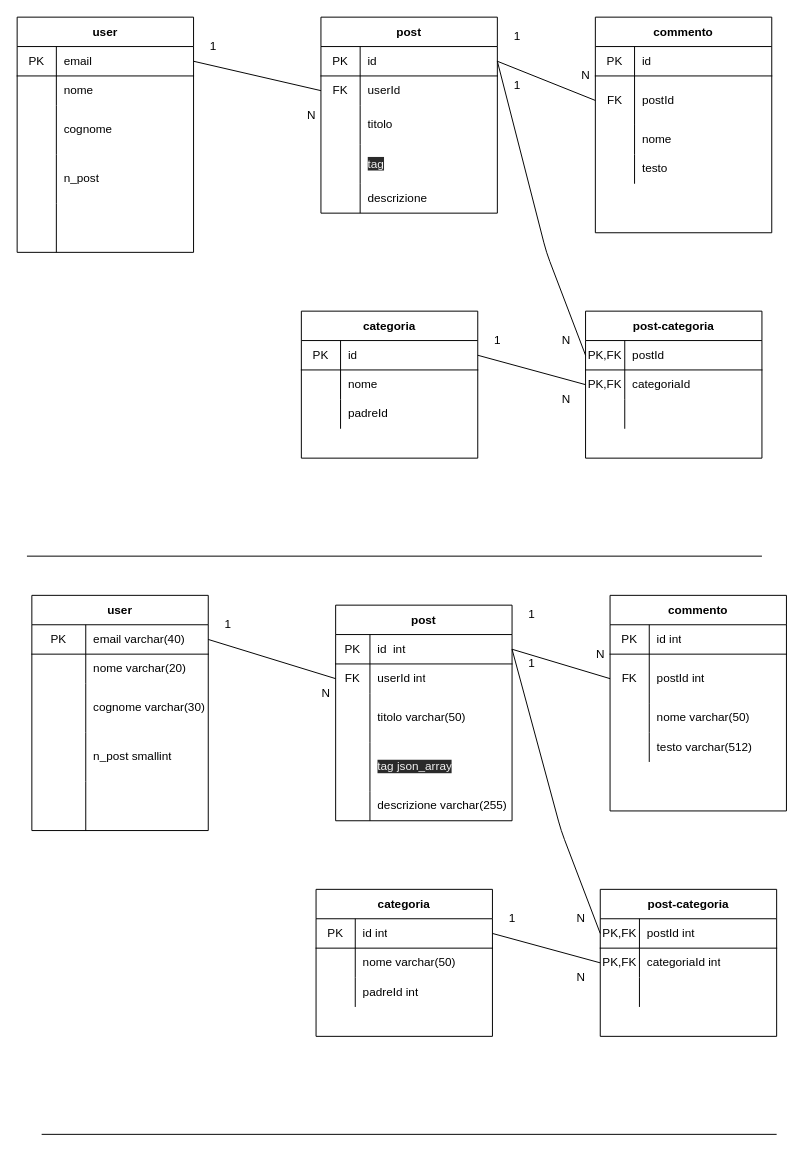
Above: blog.drawio in ClaudioScagliotti/ClaudioScagliottiJAITA (draw.io), before the change. Source tidied: cells renumbered, new cells numbered last; positions are measured from the earlier drawing's top-left corner, leaving out a move shared by most shapes. Both pictures are drawn from the tidied source at 98%, with x=0, y=0 at pixel (17, 17).
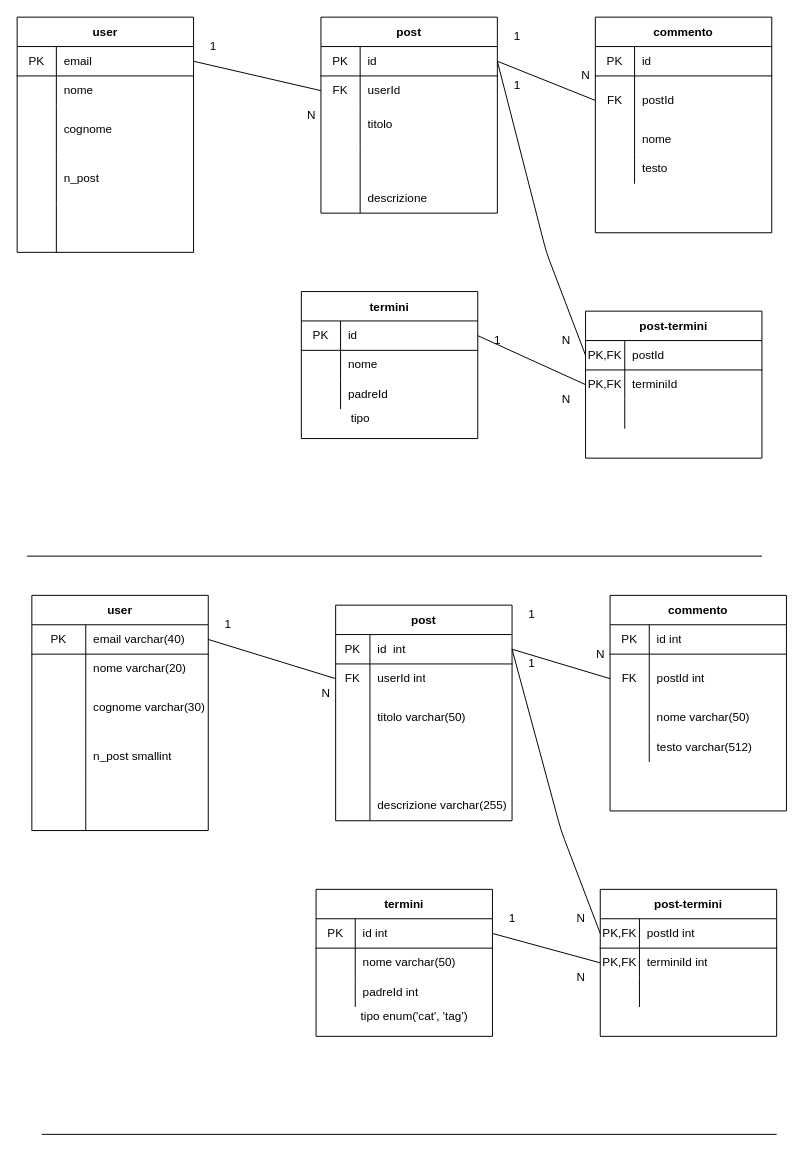
The same diagram, later.

Unchanged cells that the change refers to:
```xml
<mxCell id="28" style="shape=partialRectangle;html=1;whiteSpace=wrap;fillColor=none;top=0;left=0;bottom=0;right=0;" parent="18" vertex="1">
  <mxGeometry y="130" width="180" height="40" as="geometry" />
</mxCell>
<mxCell id="61" style="shape=partialRectangle;html=1;whiteSpace=wrap;fillColor=none;top=0;left=0;bottom=0;right=0;points=[[0,0.5],[1,0.5]];portConstraint=eastwest;" parent="57" vertex="1">
  <mxGeometry y="60" width="180" height="30" as="geometry" />
</mxCell>
<mxCell id="106" style="shape=partialRectangle;html=1;whiteSpace=wrap;fillColor=none;top=0;left=0;bottom=0;right=0;" parent="96" vertex="1">
  <mxGeometry y="140" width="180" height="50" as="geometry" />
</mxCell>
<mxCell id="139" style="shape=partialRectangle;html=1;whiteSpace=wrap;fillColor=none;top=0;left=0;bottom=0;right=0;points=[[0,0.5],[1,0.5]];portConstraint=eastwest;" parent="135" vertex="1">
  <mxGeometry y="60" width="180" height="30" as="geometry" />
</mxCell>
```

Diff of the diagram source:
```diff
@@
-    <mxCell id="30" value="&lt;span style=&quot;color: rgb(240 , 240 , 240) ; font-family: &amp;#34;helvetica&amp;#34; ; font-size: 12px ; font-style: normal ; font-weight: 400 ; letter-spacing: normal ; text-align: left ; text-indent: 0px ; text-transform: none ; word-spacing: 0px ; background-color: rgb(42 , 42 , 42) ; display: inline ; float: none&quot;&gt;tag&lt;/span&gt;&lt;br&gt;" style="shape=partialRectangle;html=1;whiteSpace=wrap;fillColor=none;top=0;left=0;bottom=0;right=0;align=left;spacingLeft=6;overflow=hidden;" parent="28" vertex="1">
+    <mxCell id="30" style="shape=partialRectangle;html=1;whiteSpace=wrap;fillColor=none;top=0;left=0;bottom=0;right=0;align=left;spacingLeft=6;overflow=hidden;" parent="28" vertex="1">
       <mxGeometry x="40" width="140" height="40" as="geometry" />
     </mxCell>
@@
-    <mxCell id="47" value="categoria" style="shape=table;startSize=30;childLayout=tableLayout;rowLines=0;fontStyle=1;align=center;" parent="1" vertex="1">
-      <mxGeometry x="290" y="300" width="180" height="150" as="geometry" />
+    <mxCell id="47" value="termini" style="shape=table;startSize=30;childLayout=tableLayout;rowLines=0;fontStyle=1;align=center;" parent="1" vertex="1">
+      <mxGeometry x="290" y="280" width="180" height="150" as="geometry" />
     </mxCell>
@@
-    <mxCell id="57" value="post-categoria" style="shape=table;startSize=30;childLayout=tableLayout;rowLines=0;fontStyle=1;align=center;" parent="1" vertex="1">
+    <mxCell id="57" value="post-termini" style="shape=table;startSize=30;childLayout=tableLayout;rowLines=0;fontStyle=1;align=center;" parent="1" vertex="1">
       <mxGeometry x="580" y="300" width="180" height="150" as="geometry" />
     </mxCell>
@@
-    <mxCell id="63" value="categoriaId" style="shape=partialRectangle;html=1;whiteSpace=wrap;fillColor=none;top=0;left=0;bottom=0;right=0;align=left;spacingLeft=6;overflow=hidden;" parent="61" vertex="1">
+    <mxCell id="63" value="terminiId" style="shape=partialRectangle;html=1;whiteSpace=wrap;fillColor=none;top=0;left=0;bottom=0;right=0;align=left;spacingLeft=6;overflow=hidden;" parent="61" vertex="1">
       <mxGeometry x="40" width="140" height="30" as="geometry" />
     </mxCell>
@@
-    <mxCell id="108" value="&lt;span style=&quot;color: rgb(240 , 240 , 240) ; font-family: &amp;#34;helvetica&amp;#34; ; font-size: 12px ; font-style: normal ; font-weight: 400 ; letter-spacing: normal ; text-align: left ; text-indent: 0px ; text-transform: none ; word-spacing: 0px ; background-color: rgb(42 , 42 , 42) ; display: inline ; float: none&quot;&gt;tag json_array&lt;/span&gt;" style="shape=partialRectangle;html=1;whiteSpace=wrap;fillColor=none;top=0;left=0;bottom=0;right=0;align=left;spacingLeft=6;overflow=hidden;" parent="106" vertex="1">
+    <mxCell id="108" style="shape=partialRectangle;html=1;whiteSpace=wrap;fillColor=none;top=0;left=0;bottom=0;right=0;align=left;spacingLeft=6;overflow=hidden;" parent="106" vertex="1">
       <mxGeometry x="35" width="145" height="50" as="geometry" />
     </mxCell>
@@
-    <mxCell id="125" value="categoria" style="shape=table;startSize=30;childLayout=tableLayout;rowLines=0;fontStyle=1;align=center;" parent="1" vertex="1">
+    <mxCell id="125" value="termini" style="shape=table;startSize=30;childLayout=tableLayout;rowLines=0;fontStyle=1;align=center;" parent="1" vertex="1">
       <mxGeometry x="305" y="890" width="180" height="150" as="geometry" />
     </mxCell>
@@
-    <mxCell id="135" value="post-categoria" style="shape=table;startSize=30;childLayout=tableLayout;rowLines=0;fontStyle=1;align=center;" parent="1" vertex="1">
+    <mxCell id="135" value="post-termini" style="shape=table;startSize=30;childLayout=tableLayout;rowLines=0;fontStyle=1;align=center;" parent="1" vertex="1">
       <mxGeometry x="595" y="890" width="180" height="150" as="geometry" />
     </mxCell>
@@
-    <mxCell id="141" value="categoriaId int" style="shape=partialRectangle;html=1;whiteSpace=wrap;fillColor=none;top=0;left=0;bottom=0;right=0;align=left;spacingLeft=6;overflow=hidden;" parent="139" vertex="1">
+    <mxCell id="141" value="terminiId int" style="shape=partialRectangle;html=1;whiteSpace=wrap;fillColor=none;top=0;left=0;bottom=0;right=0;align=left;spacingLeft=6;overflow=hidden;" parent="139" vertex="1">
       <mxGeometry x="40" width="140" height="30" as="geometry" />
     </mxCell>
@@
+    <mxCell id="158" value="tipo" style="text;html=1;align=center;verticalAlign=middle;strokeColor=none;fillColor=none;" parent="1" vertex="1">
+      <mxGeometry x="335" y="400" width="30" height="20" as="geometry" />
+    </mxCell>
+    <mxCell id="159" value="tipo enum('cat', 'tag')" style="text;html=1;align=center;verticalAlign=middle;strokeColor=none;fillColor=none;" parent="1" vertex="1">
+      <mxGeometry x="340" y="1010" width="130" height="20" as="geometry" />
+    </mxCell>
```
